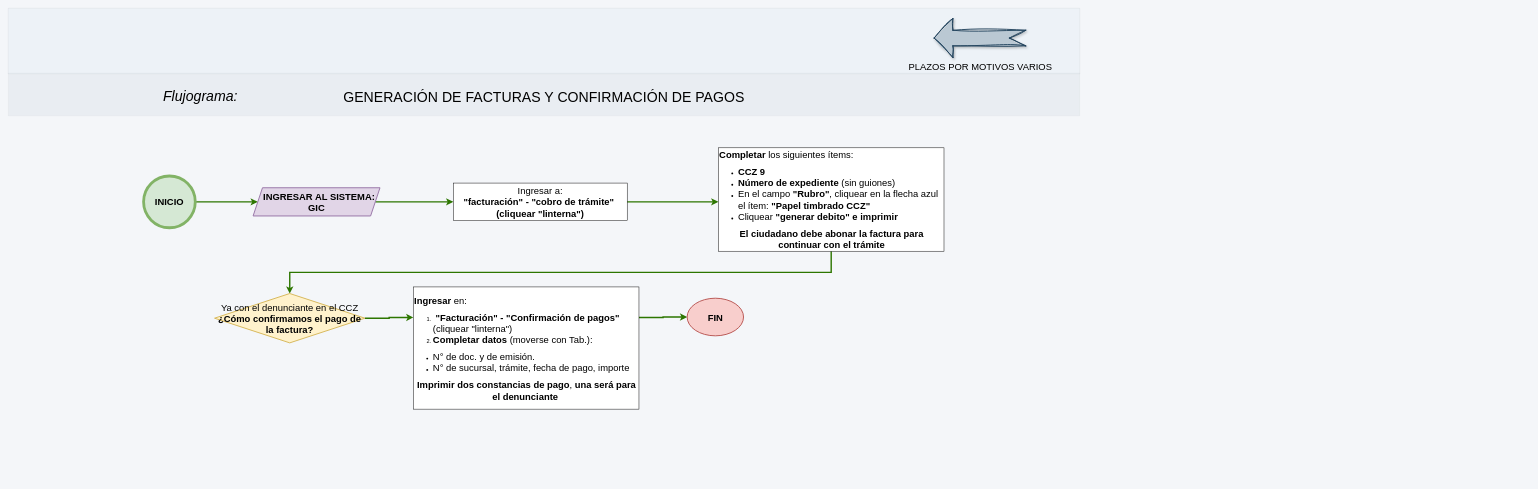
This is page "Facturas por plazos" (2 of 3) of PLAZOS_motivos_varios/Plazo por motivos varios.drawio from adlc20/Manual_de_procedimientos_ccz9, a draw.io file, before an edit. Source tidied: cells renumbered, new cells numbered last; positions are measured from the earlier drawing's top-left corner, leaving out a move shared by most shapes. Both pictures are drawn from the tidied source at 47%, with x=0, y=0 at pixel (8, 8).
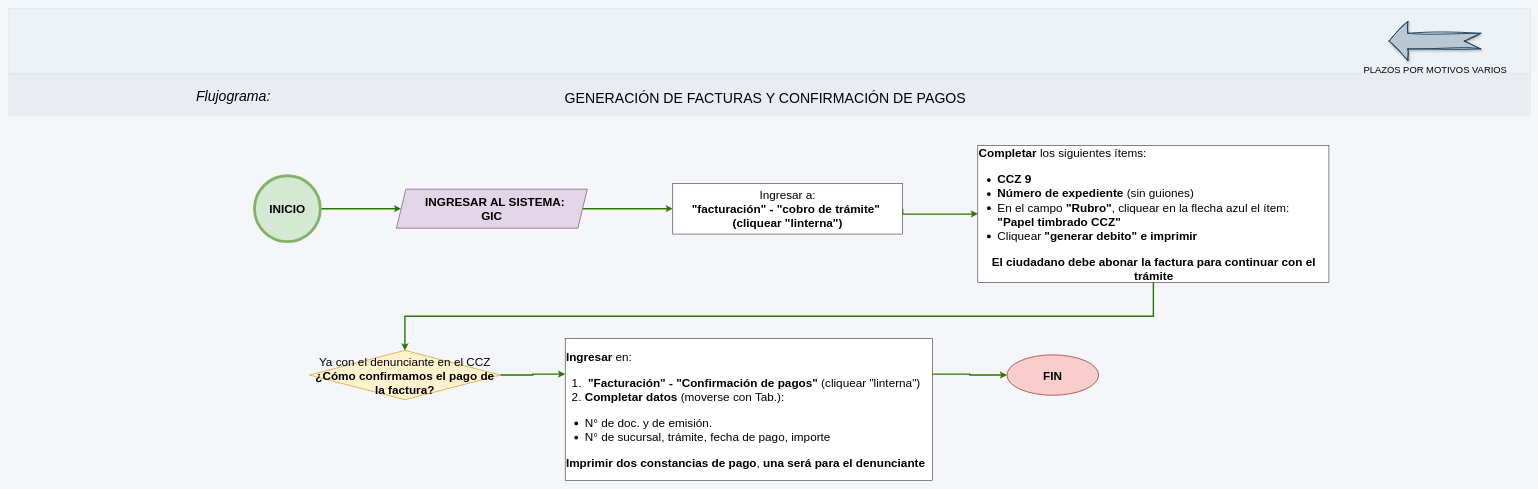
Above is the later version.

Change to the diagram source:
```diff
@@
     <mxCell id="2" style="verticalLabelPosition=bottom;verticalAlign=middle;html=1;shape=mxgraph.basic.patternFillRect;step=5;fillStrokeWidth=0.2;fillStrokeColor=#dddddd;fillColor=#EDF2F7;strokeWidth=0;dashed=1;dashPattern=1 4;rounded=1;align=center;fontFamily=Helvetica;fontSize=12;fontColor=#2D3748;" parent="1" vertex="1">
-      <mxGeometry width="2280" height="140" as="geometry" />
+      <mxGeometry width="3239" height="140" as="geometry" />
     </mxCell>
     <mxCell id="3" style="verticalLabelPosition=bottom;verticalAlign=top;html=1;shape=mxgraph.basic.patternFillRect;fillStyle=auto;step=5;fillStrokeWidth=0.2;fillStrokeColor=#dddddd;fillColor=#E0E5EB;strokeWidth=0;strokeColor=default;opacity=50;fontColor=#ffffff;shadow=0;comic=0;align=center;fontFamily=Helvetica;fontSize=12;gradientColor=none;" parent="1" vertex="1">
-      <mxGeometry y="138" width="2280" height="91" as="geometry" />
+      <mxGeometry y="138" width="3239" height="91" as="geometry" />
     </mxCell>
     <mxCell id="4" value="&lt;font style=&quot;font-size: 30px;&quot;&gt;&lt;i style=&quot;&quot;&gt;Flujograma:&lt;/i&gt;&lt;/font&gt;" style="text;html=1;whiteSpace=wrap;strokeColor=none;fillColor=none;align=center;verticalAlign=middle;rounded=0;" parent="1" vertex="1">
-      <mxGeometry x="269" y="163.5" width="280" height="44" as="geometry" />
+      <mxGeometry x="339" y="163.5" width="280" height="44" as="geometry" />
     </mxCell>
     <mxCell id="5" value="&lt;font style=&quot;font-size: 30px;&quot;&gt;GENERACIÓN DE FACTURAS Y CONFIRMACIÓN DE PAGOS&lt;/font&gt;" style="text;html=1;whiteSpace=wrap;strokeColor=none;fillColor=none;align=center;verticalAlign=middle;rounded=0;" parent="1" vertex="1">
-      <mxGeometry x="677" y="160.5" width="926" height="56" as="geometry" />
+      <mxGeometry x="1148" y="163.5" width="926" height="56" as="geometry" />
     </mxCell>
     <mxCell id="6" value="&lt;font style=&quot;font-size: 20px;&quot;&gt;PLAZOS POR MOTIVOS VARIOS&lt;/font&gt;" style="verticalLabelPosition=bottom;verticalAlign=top;html=1;strokeWidth=2;shape=mxgraph.arrows2.arrow;dy=0.6;dx=40;notch=35;direction=west;shadow=1;sketch=1;curveFitting=1;jiggle=2;fillColor=#bac8d3;strokeColor=#23445d;fillStyle=solid;" parent="1" vertex="1">
-      <mxGeometry x="1970" y="22" width="195" height="83" as="geometry" />
+      <mxGeometry x="2938" y="28.5" width="195" height="83" as="geometry" />
     </mxCell>
-    <mxCell id="7" style="edgeStyle=orthogonalEdgeStyle;rounded=0;jettySize=auto;html=1;exitX=1;exitY=0.5;exitDx=0;exitDy=0;fillColor=#60a917;strokeColor=#2D7600;strokeWidth=3;" parent="1" edge="1" source="8" target="10">
+    <mxCell id="7" style="edgeStyle=orthogonalEdgeStyle;rounded=0;jettySize=auto;html=1;exitX=1;exitY=0.5;exitDx=0;exitDy=0;fillColor=#60a917;strokeColor=#2D7600;strokeWidth=3;fontSize=25;" parent="1" edge="1" source="8" target="10">
       <mxGeometry relative="1" as="geometry" />
     </mxCell>
-    <mxCell id="8" value="&lt;font style=&quot;font-size: 20px;&quot;&gt;INICIO&lt;/font&gt;" style="ellipse;whiteSpace=wrap;html=1;fillColor=#d5e8d4;strokeColor=#82b366;strokeWidth=6;fontStyle=1;" parent="1" vertex="1">
-      <mxGeometry x="288" y="357" width="110" height="110" as="geometry" />
+    <mxCell id="8" value="&lt;font&gt;INICIO&lt;/font&gt;" style="ellipse;whiteSpace=wrap;html=1;fillColor=#d5e8d4;strokeColor=#82b366;strokeWidth=6;fontStyle=1;fontSize=25;" parent="1" vertex="1">
+      <mxGeometry x="524" y="356.5" width="140" height="140" as="geometry" />
     </mxCell>
-    <mxCell id="9" style="edgeStyle=orthogonalEdgeStyle;rounded=0;jettySize=auto;html=1;exitX=1;exitY=0.5;exitDx=0;exitDy=0;fillColor=#60a917;strokeColor=#2D7600;strokeWidth=3;" parent="1" edge="1" source="10" target="12">
+    <mxCell id="9" style="edgeStyle=orthogonalEdgeStyle;rounded=0;jettySize=auto;html=1;exitX=1;exitY=0.5;exitDx=0;exitDy=0;fillColor=#60a917;strokeColor=#2D7600;strokeWidth=3;fontSize=25;" parent="1" edge="1" source="10" target="12">
       <mxGeometry relative="1" as="geometry" />
     </mxCell>
-    <mxCell id="10" value="&lt;font style=&quot;font-size: 20px;&quot;&gt;&lt;b&gt;&amp;nbsp; &amp;nbsp;INGRESAR AL SISTEMA:&amp;nbsp;&lt;/b&gt;&lt;/font&gt;&lt;div&gt;&lt;font style=&quot;font-size: 20px;&quot;&gt;&lt;b&gt;GIC&lt;/b&gt;&lt;/font&gt;&lt;/div&gt;" style="shape=parallelogram;perimeter=parallelogramPerimeter;whiteSpace=wrap;html=1;fixedSize=1;fillColor=#e1d5e7;strokeColor=#9673a6;strokeWidth=2;" parent="1" vertex="1">
-      <mxGeometry x="521" y="382" width="270" height="60" as="geometry" />
+    <mxCell id="10" value="&lt;font&gt;&lt;b&gt;&amp;nbsp; &amp;nbsp;INGRESAR AL SISTEMA:&amp;nbsp;&lt;/b&gt;&lt;/font&gt;&lt;div&gt;&lt;font&gt;&lt;b&gt;GIC&lt;/b&gt;&lt;/font&gt;&lt;/div&gt;" style="shape=parallelogram;perimeter=parallelogramPerimeter;whiteSpace=wrap;html=1;fixedSize=1;fillColor=#e1d5e7;strokeColor=#9673a6;strokeWidth=2;fontSize=25;" parent="1" vertex="1">
+      <mxGeometry x="826" y="385" width="406" height="83" as="geometry" />
     </mxCell>
-    <mxCell id="11" style="edgeStyle=orthogonalEdgeStyle;rounded=0;jettySize=auto;html=1;exitX=1;exitY=0.5;exitDx=0;exitDy=0;fillColor=#60a917;strokeColor=#2D7600;strokeWidth=3;" parent="1" edge="1" source="12" target="14">
+    <mxCell id="11" style="edgeStyle=orthogonalEdgeStyle;rounded=0;jettySize=auto;html=1;exitX=1;exitY=0.5;exitDx=0;exitDy=0;fillColor=#60a917;strokeColor=#2D7600;strokeWidth=3;fontSize=25;entryX=0;entryY=0.5;entryDx=0;entryDy=0;" parent="1" edge="1" source="12" target="14">
       <mxGeometry relative="1" as="geometry">
         <Array as="points">
-          <mxPoint x="1251" y="412" />
-          <mxPoint x="1251" y="412" />
+          <mxPoint x="1903" y="438" />
+          <mxPoint x="2041" y="438" />
         </Array>
       </mxGeometry>
     </mxCell>
-    <mxCell id="12" value="&lt;font style=&quot;font-size: 20px;&quot;&gt;Ingresar a:&lt;/font&gt;&lt;div&gt;&lt;font style=&quot;font-size: 20px;&quot;&gt;&lt;b&gt; &quot;facturación&quot; -&lt;/b&gt; &lt;b&gt;&quot;cobro de trámite&quot;&lt;/b&gt;&amp;nbsp;&lt;/font&gt;&lt;/div&gt;&lt;div&gt;&lt;font style=&quot;font-size: 20px;&quot;&gt;&lt;b&gt;(cliquear &quot;linterna&quot;)&lt;/b&gt;&lt;/font&gt;&lt;/div&gt;" style="rounded=0;whiteSpace=wrap;html=1;" parent="1" vertex="1">
-      <mxGeometry x="947" y="372" width="370" height="80" as="geometry" />
+    <mxCell id="12" value="&lt;font&gt;Ingresar a:&lt;/font&gt;&lt;div&gt;&lt;font&gt;&lt;b&gt; &quot;facturación&quot; -&lt;/b&gt; &lt;b&gt;&quot;cobro de trámite&quot;&lt;/b&gt;&amp;nbsp;&lt;/font&gt;&lt;/div&gt;&lt;div&gt;&lt;font&gt;&lt;b&gt;(cliquear &quot;linterna&quot;)&lt;/b&gt;&lt;/font&gt;&lt;/div&gt;" style="rounded=0;whiteSpace=wrap;html=1;fontSize=25;" parent="1" vertex="1">
+      <mxGeometry x="1414" y="372.5" width="489" height="108" as="geometry" />
     </mxCell>
-    <mxCell id="13" style="edgeStyle=orthogonalEdgeStyle;rounded=0;jettySize=auto;html=1;exitX=0.5;exitY=1;exitDx=0;exitDy=0;fillColor=#60a917;strokeColor=#2D7600;strokeWidth=3;" parent="1" edge="1" source="14" target="16">
+    <mxCell id="13" style="edgeStyle=orthogonalEdgeStyle;rounded=0;jettySize=auto;html=1;exitX=0.5;exitY=1;exitDx=0;exitDy=0;fillColor=#60a917;strokeColor=#2D7600;strokeWidth=3;fontSize=25;" parent="1" edge="1" source="14" target="16">
       <mxGeometry relative="1" as="geometry" />
     </mxCell>
-    <mxCell id="14" value="&lt;font style=&quot;font-size: 20px;&quot;&gt;&lt;b&gt;Completar&lt;/b&gt; los siguientes ítems:&lt;/font&gt;&lt;div&gt;&lt;ul&gt;&lt;li&gt;&lt;font style=&quot;font-size: 20px;&quot;&gt;&lt;b&gt;CCZ 9&amp;nbsp;&lt;/b&gt;&lt;/font&gt;&lt;/li&gt;&lt;li&gt;&lt;font style=&quot;font-size: 20px;&quot;&gt;&lt;b&gt;Número de expediente &lt;/b&gt;(sin guiones)&lt;/font&gt;&lt;/li&gt;&lt;li&gt;&lt;font style=&quot;font-size: 20px;&quot;&gt;En el campo&lt;b&gt; &quot;Rubro&quot;&lt;/b&gt;, cliquear en la flecha azul el ítem: &lt;b&gt;&quot;Papel timbrado CCZ&quot;&lt;/b&gt;&amp;nbsp;&lt;/font&gt;&lt;/li&gt;&lt;li&gt;&lt;font style=&quot;font-size: 20px;&quot;&gt;Cliquear&lt;b&gt; &quot;generar debito&quot; e imprimir&lt;/b&gt;&lt;/font&gt;&lt;/li&gt;&lt;/ul&gt;&lt;span style=&quot;font-size: 20px;&quot;&gt;&lt;div style=&quot;text-align: center;&quot;&gt;&lt;b style=&quot;background-color: transparent; color: light-dark(rgb(0, 0, 0), rgb(255, 255, 255));&quot;&gt;El ciudadano debe abonar la factura para continuar con el trámite&lt;/b&gt;&lt;/div&gt;&lt;/span&gt;&lt;/div&gt;" style="rounded=0;whiteSpace=wrap;html=1;align=left;" parent="1" vertex="1">
-      <mxGeometry x="1511" y="297" width="480" height="220" as="geometry" />
+    <mxCell id="14" value="&lt;font&gt;&lt;b&gt;Completar&lt;/b&gt; los siguientes ítems:&lt;/font&gt;&lt;div&gt;&lt;ul&gt;&lt;li&gt;&lt;font&gt;&lt;b&gt;CCZ 9&amp;nbsp;&lt;/b&gt;&lt;/font&gt;&lt;/li&gt;&lt;li&gt;&lt;font&gt;&lt;b&gt;Número de expediente &lt;/b&gt;(sin guiones)&lt;/font&gt;&lt;/li&gt;&lt;li&gt;&lt;font&gt;En el campo&lt;b&gt; &quot;Rubro&quot;&lt;/b&gt;, cliquear en la flecha azul el ítem: &lt;b&gt;&quot;Papel timbrado CCZ&quot;&lt;/b&gt;&amp;nbsp;&lt;/font&gt;&lt;/li&gt;&lt;li&gt;&lt;font&gt;Cliquear&lt;b&gt; &quot;generar debito&quot; e imprimir&lt;/b&gt;&lt;/font&gt;&lt;/li&gt;&lt;/ul&gt;&lt;span&gt;&lt;div style=&quot;text-align: center;&quot;&gt;&lt;b style=&quot;background-color: transparent; color: light-dark(rgb(0, 0, 0), rgb(255, 255, 255));&quot;&gt;El ciudadano debe abonar la factura para continuar con el trámite&lt;/b&gt;&lt;/div&gt;&lt;/span&gt;&lt;/div&gt;" style="rounded=0;whiteSpace=wrap;html=1;align=left;fontSize=25;" parent="1" vertex="1">
+      <mxGeometry x="2063" y="292" width="747" height="291" as="geometry" />
     </mxCell>
-    <mxCell id="15" style="edgeStyle=orthogonalEdgeStyle;rounded=0;jettySize=auto;html=1;exitX=1;exitY=0.5;exitDx=0;exitDy=0;entryX=0;entryY=0.25;entryDx=0;entryDy=0;fillColor=#60a917;strokeColor=#2D7600;strokeWidth=3;" parent="1" edge="1" source="16" target="18">
+    <mxCell id="15" style="edgeStyle=orthogonalEdgeStyle;rounded=0;jettySize=auto;html=1;exitX=1;exitY=0.5;exitDx=0;exitDy=0;entryX=0;entryY=0.25;entryDx=0;entryDy=0;fillColor=#60a917;strokeColor=#2D7600;strokeWidth=3;fontSize=25;" parent="1" edge="1" source="16" target="18">
       <mxGeometry relative="1" as="geometry" />
     </mxCell>
-    <mxCell id="16" value="&lt;span style=&quot;font-size: 20px;&quot;&gt;Ya con el denunciante en el CCZ&lt;/span&gt;&lt;div&gt;&lt;span style=&quot;font-size: 20px;&quot;&gt;&lt;b&gt;¿Cómo confirmamos el pago de la factura?&lt;/b&gt;&lt;/span&gt;&lt;/div&gt;" style="rhombus;whiteSpace=wrap;html=1;fillColor=#fff2cc;strokeColor=#d6b656;strokeWidth=2;" parent="1" vertex="1">
-      <mxGeometry x="439" y="607" width="320" height="105" as="geometry" />
+    <mxCell id="16" value="&lt;span&gt;Ya con el denunciante en el CCZ&lt;/span&gt;&lt;div&gt;&lt;span&gt;&lt;b&gt;¿Cómo confirmamos el pago de la factura?&lt;/b&gt;&lt;/span&gt;&lt;/div&gt;" style="rhombus;whiteSpace=wrap;html=1;fillColor=#fff2cc;strokeColor=#d6b656;strokeWidth=2;fontSize=25;" parent="1" vertex="1">
+      <mxGeometry x="641" y="728" width="406" height="105" as="geometry" />
     </mxCell>
-    <mxCell id="17" style="edgeStyle=orthogonalEdgeStyle;rounded=0;jettySize=auto;html=1;exitX=1;exitY=0.25;exitDx=0;exitDy=0;fillColor=#60a917;strokeColor=#2D7600;strokeWidth=3;" parent="1" edge="1" source="18" target="19">
+    <mxCell id="17" style="edgeStyle=orthogonalEdgeStyle;rounded=0;jettySize=auto;html=1;exitX=1;exitY=0.25;exitDx=0;exitDy=0;fillColor=#60a917;strokeColor=#2D7600;strokeWidth=3;fontSize=25;" parent="1" edge="1" source="18" target="19">
       <mxGeometry relative="1" as="geometry" />
     </mxCell>
-    <mxCell id="18" value="&lt;span style=&quot;font-size: 20px;&quot;&gt;&lt;b&gt;Ingresar&lt;/b&gt; en:&lt;/span&gt;&lt;div&gt;&lt;ol&gt;&lt;li&gt;&lt;span style=&quot;font-size: 20px;&quot;&gt;&lt;b&gt;&amp;nbsp;&quot;Facturación&quot; - &quot;Confirmación de pagos&quot;&lt;/b&gt; (cliquear &quot;linterna&quot;)&lt;/span&gt;&lt;/li&gt;&lt;li&gt;&lt;span style=&quot;font-size: 20px;&quot;&gt;&lt;font style=&quot;color: rgb(0, 0, 0);&quot;&gt;&lt;b&gt;Completar datos&lt;/b&gt; (moverse con Tab.):&amp;nbsp;&lt;/font&gt;&lt;font style=&quot;color: rgb(255, 0, 0);&quot;&gt;&amp;nbsp;&lt;/font&gt;&lt;/span&gt;&lt;/li&gt;&lt;/ol&gt;&lt;ul&gt;&lt;li&gt;&lt;span style=&quot;color: light-dark(rgb(0, 0, 0), rgb(237, 237, 237)); font-size: 20px; background-color: transparent;&quot;&gt;N° de doc. y de emisión.&lt;/span&gt;&lt;/li&gt;&lt;li&gt;&lt;span style=&quot;color: light-dark(rgb(0, 0, 0), rgb(237, 237, 237)); font-size: 20px; background-color: transparent;&quot;&gt;N° de sucursal, trámite, fecha de pago, importe&amp;nbsp;&lt;/span&gt;&lt;/li&gt;&lt;/ul&gt;&lt;b style=&quot;font-size: 20px; background-color: transparent; color: light-dark(rgb(0, 0, 0), rgb(255, 255, 255));&quot;&gt;&lt;div style=&quot;text-align: center;&quot;&gt;&lt;b style=&quot;background-color: transparent; color: light-dark(rgb(0, 0, 0), rgb(255, 255, 255));&quot;&gt;Imprimir dos constancias de pago&lt;/b&gt;&lt;span style=&quot;background-color: transparent; color: light-dark(rgb(0, 0, 0), rgb(255, 255, 255)); font-weight: normal;&quot;&gt;, &lt;/span&gt;&lt;b style=&quot;background-color: transparent; color: light-dark(rgb(0, 0, 0), rgb(255, 255, 255));&quot;&gt;una será para el denunciante&lt;/b&gt;&lt;span style=&quot;background-color: transparent; color: light-dark(rgb(0, 0, 0), rgb(255, 255, 255)); font-weight: normal;&quot;&gt;&amp;nbsp;&lt;/span&gt;&lt;/div&gt;&lt;/b&gt;&lt;/div&gt;" style="rounded=0;whiteSpace=wrap;html=1;align=left;" parent="1" vertex="1">
-      <mxGeometry x="862" y="593" width="480" height="260" as="geometry" />
+    <mxCell id="18" value="&lt;span&gt;&lt;b&gt;Ingresar&lt;/b&gt; en:&lt;/span&gt;&lt;div&gt;&lt;ol&gt;&lt;li&gt;&lt;span&gt;&lt;b&gt;&amp;nbsp;&quot;Facturación&quot; - &quot;Confirmación de pagos&quot;&lt;/b&gt; (cliquear &quot;linterna&quot;)&lt;/span&gt;&lt;/li&gt;&lt;li&gt;&lt;span&gt;&lt;font style=&quot;color: rgb(0, 0, 0);&quot;&gt;&lt;b&gt;Completar datos&lt;/b&gt; (moverse con Tab.):&amp;nbsp;&lt;/font&gt;&lt;font style=&quot;color: rgb(255, 0, 0);&quot;&gt;&amp;nbsp;&lt;/font&gt;&lt;/span&gt;&lt;/li&gt;&lt;/ol&gt;&lt;ul&gt;&lt;li&gt;&lt;span style=&quot;color: light-dark(rgb(0, 0, 0), rgb(237, 237, 237)); background-color: transparent;&quot;&gt;N° de doc. y de emisión.&lt;/span&gt;&lt;/li&gt;&lt;li&gt;&lt;span style=&quot;color: light-dark(rgb(0, 0, 0), rgb(237, 237, 237)); background-color: transparent;&quot;&gt;N° de sucursal, trámite, fecha de pago, importe&amp;nbsp;&lt;/span&gt;&lt;/li&gt;&lt;/ul&gt;&lt;b style=&quot;background-color: transparent; color: light-dark(rgb(0, 0, 0), rgb(255, 255, 255));&quot;&gt;&lt;div style=&quot;text-align: center;&quot;&gt;&lt;b style=&quot;background-color: transparent; color: light-dark(rgb(0, 0, 0), rgb(255, 255, 255));&quot;&gt;Imprimir dos constancias de pago&lt;/b&gt;&lt;span style=&quot;background-color: transparent; color: light-dark(rgb(0, 0, 0), rgb(255, 255, 255)); font-weight: normal;&quot;&gt;, &lt;/span&gt;&lt;b style=&quot;background-color: transparent; color: light-dark(rgb(0, 0, 0), rgb(255, 255, 255));&quot;&gt;una será para el denunciante&lt;/b&gt;&lt;span style=&quot;background-color: transparent; color: light-dark(rgb(0, 0, 0), rgb(255, 255, 255)); font-weight: normal;&quot;&gt;&amp;nbsp;&lt;/span&gt;&lt;/div&gt;&lt;/b&gt;&lt;/div&gt;" style="rounded=0;whiteSpace=wrap;html=1;align=left;fontSize=25;" parent="1" vertex="1">
+      <mxGeometry x="1185" y="703" width="782" height="302" as="geometry" />
     </mxCell>
-    <mxCell id="19" value="&lt;font style=&quot;font-size: 20px;&quot;&gt;&lt;b&gt;FIN&lt;/b&gt;&lt;/font&gt;" style="ellipse;whiteSpace=wrap;html=1;fillColor=#f8cecc;strokeColor=#b85450;strokeWidth=2;" parent="1" vertex="1">
-      <mxGeometry x="1444.5" y="617" width="120" height="80" as="geometry" />
+    <mxCell id="19" value="&lt;font&gt;&lt;b&gt;FIN&lt;/b&gt;&lt;/font&gt;" style="ellipse;whiteSpace=wrap;html=1;fillColor=#f8cecc;strokeColor=#b85450;strokeWidth=2;fontSize=25;" parent="1" vertex="1">
+      <mxGeometry x="2125" y="737.5" width="195" height="86" as="geometry" />
     </mxCell>
```
